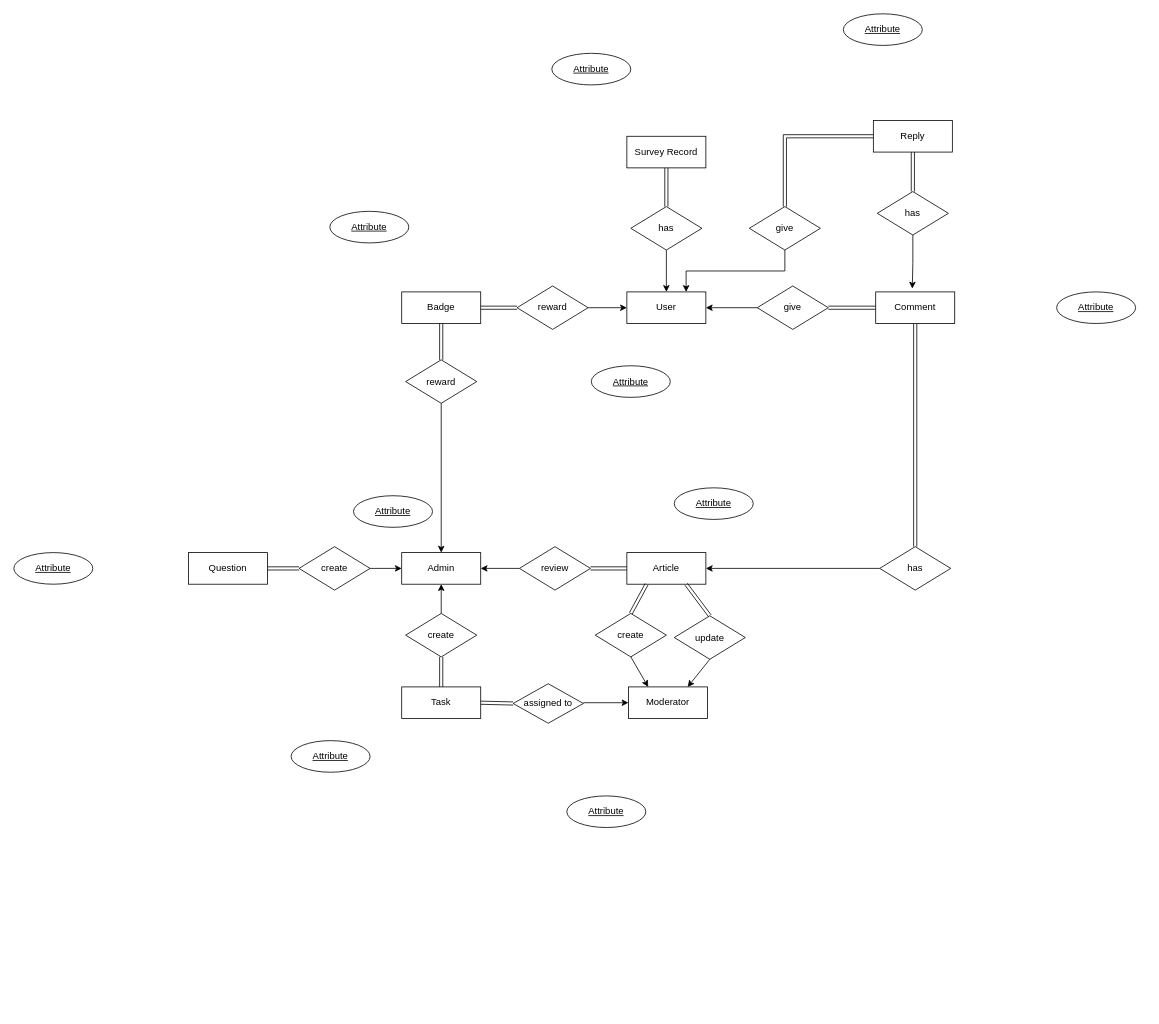
This is carbonTracker.drawio from NoelPOS/carbon-tracker, a draw.io file, before an edit. Source tidied: cells renumbered, new cells numbered last; positions are measured from the earlier drawing's top-left corner, leaving out a move shared by most shapes. Both pictures are drawn from the tidied source at 79%, with x=0, y=0 at pixel (13, 13).
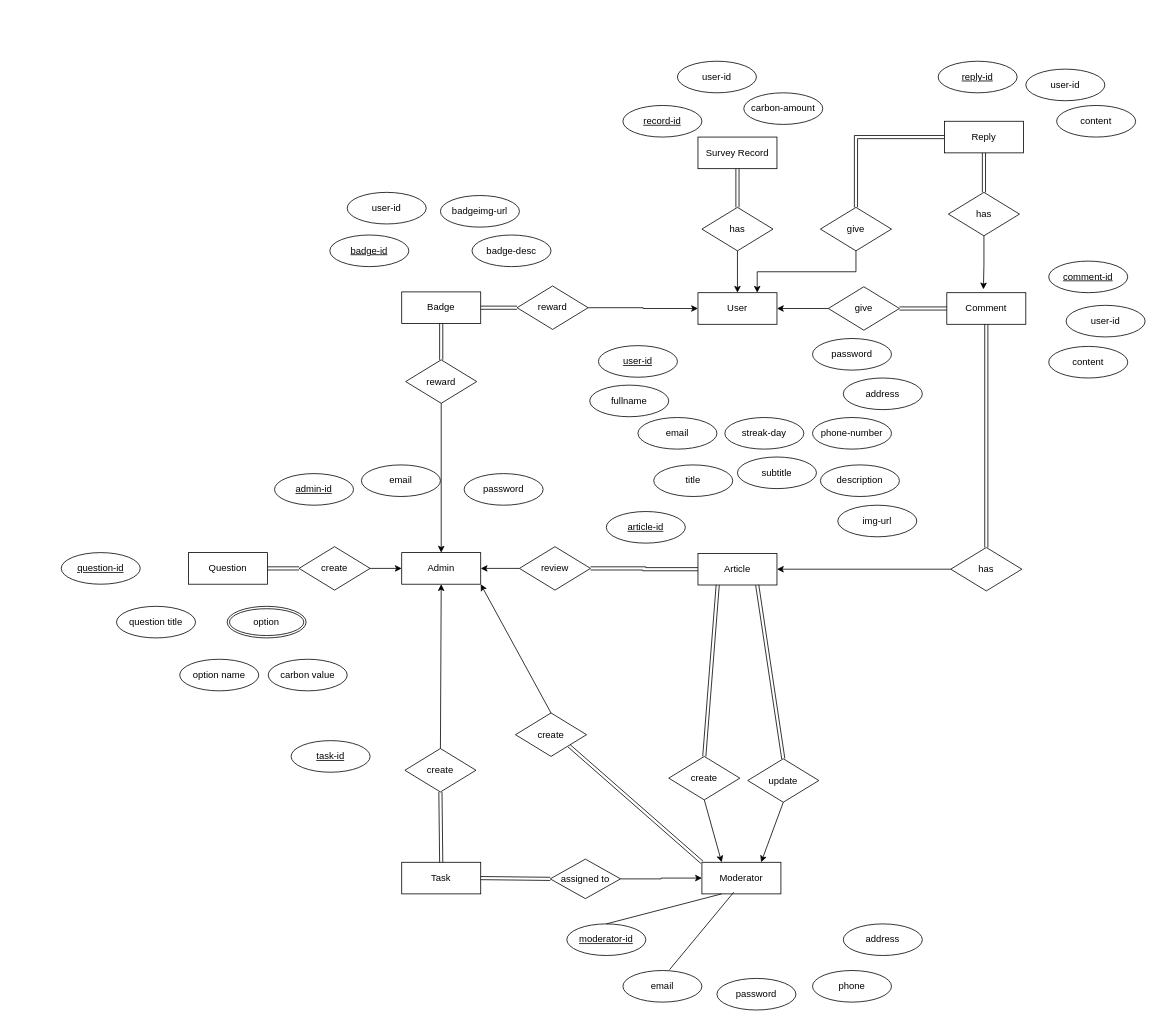
After the change.

The change refers to these unchanged cells:
```xml
<mxCell id="2" value="Admin" style="whiteSpace=wrap;html=1;align=center;" parent="1" vertex="1">
  <mxGeometry x="491" y="682" width="100" height="40" as="geometry" />
</mxCell>
<mxCell id="11" value="review" style="shape=rhombus;perimeter=rhombusPerimeter;whiteSpace=wrap;html=1;align=center;" parent="1" vertex="1">
  <mxGeometry x="640" y="674.5" width="90" height="55" as="geometry" />
</mxCell>
<mxCell id="30" value="reward" style="shape=rhombus;perimeter=rhombusPerimeter;whiteSpace=wrap;html=1;align=center;" parent="1" vertex="1">
  <mxGeometry x="637" y="344.5" width="90" height="55" as="geometry" />
</mxCell>
```

The edit, as a diff of the source:
```diff
@@
     <mxCell id="7" value="create" style="shape=rhombus;perimeter=rhombusPerimeter;whiteSpace=wrap;html=1;align=center;" parent="1" vertex="1">
-      <mxGeometry x="496" y="759" width="90" height="55" as="geometry" />
+      <mxGeometry x="495" y="930" width="90" height="55" as="geometry" />
     </mxCell>
     <mxCell id="8" value="Task" style="whiteSpace=wrap;html=1;align=center;" parent="1" vertex="1">
-      <mxGeometry x="491" y="852" width="100" height="40" as="geometry" />
+      <mxGeometry x="491" y="1074" width="100" height="40" as="geometry" />
     </mxCell>
@@
+    <mxCell id="61" style="edgeStyle=orthogonalEdgeStyle;rounded=0;jettySize=auto;html=1;exitX=1;exitY=0.5;exitDx=0;exitDy=0;entryX=0;entryY=0.5;entryDx=0;entryDy=0;shape=link;" parent="1" edge="1" source="11" target="12">
+      <mxGeometry relative="1" as="geometry" />
+    </mxCell>
@@
     <mxCell id="12" value="Article" style="whiteSpace=wrap;html=1;align=center;" parent="1" vertex="1">
-      <mxGeometry x="776" y="682" width="100" height="40" as="geometry" />
+      <mxGeometry x="866" y="683" width="100" height="40" as="geometry" />
     </mxCell>
-    <mxCell id="13" style="endArrow=none;html=1;rounded=0;shape=link;exitX=0;exitY=0.5;exitDx=0;exitDy=0;entryX=1;entryY=0.5;entryDx=0;entryDy=0;" parent="1" edge="1" source="12" target="11">
-      <mxGeometry relative="1" as="geometry" />
-    </mxCell>
@@
+    <mxCell id="62" style="edgeStyle=orthogonalEdgeStyle;rounded=0;jettySize=auto;html=1;exitX=0.25;exitY=1;exitDx=0;exitDy=0;strokeColor=none;" parent="1" edge="1" source="15" target="51">
+      <mxGeometry relative="1" as="geometry" />
+    </mxCell>
     <mxCell id="15" value="Moderator" style="whiteSpace=wrap;html=1;align=center;" parent="1" vertex="1">
-      <mxGeometry x="778" y="852" width="100" height="40" as="geometry" />
+      <mxGeometry x="871" y="1074" width="100" height="40" as="geometry" />
     </mxCell>
+    <mxCell id="63" style="edgeStyle=orthogonalEdgeStyle;rounded=0;jettySize=auto;html=1;" parent="1" edge="1" source="16" target="15">
+      <mxGeometry relative="1" as="geometry" />
+    </mxCell>
     <mxCell id="16" value="assigned to" style="shape=rhombus;perimeter=rhombusPerimeter;whiteSpace=wrap;html=1;align=center;" parent="1" vertex="1">
-      <mxGeometry x="632" y="848" width="89" height="50" as="geometry" />
+      <mxGeometry x="679" y="1070" width="89" height="50" as="geometry" />
     </mxCell>
@@
-    <mxCell id="18" style="endArrow=classic;html=1;rounded=0;entryX=0;entryY=0.5;entryDx=0;entryDy=0;" parent="1" edge="1" target="15">
-      <mxGeometry relative="1" as="geometry">
-        <mxPoint x="721" y="872" as="sourcePoint" />
-      </mxGeometry>
-    </mxCell>
     <mxCell id="19" value="create" style="shape=rhombus;perimeter=rhombusPerimeter;whiteSpace=wrap;html=1;align=center;" parent="1" vertex="1">
-      <mxGeometry x="736" y="759" width="90" height="55" as="geometry" />
+      <mxGeometry x="829" y="940" width="90" height="55" as="geometry" />
     </mxCell>
     <mxCell id="20" value="update" style="shape=rhombus;perimeter=rhombusPerimeter;whiteSpace=wrap;html=1;align=center;" parent="1" vertex="1">
-      <mxGeometry x="836" y="762" width="90" height="55" as="geometry" />
+      <mxGeometry x="929" y="943" width="90" height="55" as="geometry" />
     </mxCell>
@@
     <mxCell id="29" value="User" style="whiteSpace=wrap;html=1;align=center;" parent="1" vertex="1">
-      <mxGeometry x="776" y="352" width="100" height="40" as="geometry" />
+      <mxGeometry x="866" y="353" width="100" height="40" as="geometry" />
     </mxCell>
+    <mxCell id="32" style="edgeStyle=orthogonalEdgeStyle;rounded=0;jettySize=auto;html=1;exitX=1;exitY=0.5;exitDx=0;exitDy=0;entryX=0;entryY=0.5;entryDx=0;entryDy=0;" parent="1" edge="1" source="30" target="29">
+      <mxGeometry relative="1" as="geometry" />
+    </mxCell>
@@
-    <mxCell id="32" style="endArrow=classic;html=1;rounded=0;entryX=0;entryY=0.5;entryDx=0;entryDy=0;exitX=1;exitY=0.5;exitDx=0;exitDy=0;" parent="1" edge="1" source="30" target="29">
-      <mxGeometry relative="1" as="geometry" />
-    </mxCell>
     <mxCell id="33" value="Survey Record" style="whiteSpace=wrap;html=1;align=center;" parent="1" vertex="1">
-      <mxGeometry x="776" y="155" width="100" height="40" as="geometry" />
+      <mxGeometry x="866" y="156" width="100" height="40" as="geometry" />
     </mxCell>
     <mxCell id="34" value="has" style="shape=rhombus;perimeter=rhombusPerimeter;whiteSpace=wrap;html=1;align=center;" parent="1" vertex="1">
-      <mxGeometry x="781" y="244" width="90" height="55" as="geometry" />
+      <mxGeometry x="871" y="245" width="90" height="55" as="geometry" />
     </mxCell>
@@
     <mxCell id="37" value="Comment" style="whiteSpace=wrap;html=1;align=center;" parent="1" vertex="1">
-      <mxGeometry x="1091" y="352" width="100" height="40" as="geometry" />
+      <mxGeometry x="1181" y="353" width="100" height="40" as="geometry" />
     </mxCell>
@@
     <mxCell id="40" value="has" style="shape=rhombus;perimeter=rhombusPerimeter;whiteSpace=wrap;html=1;align=center;" parent="1" vertex="1">
-      <mxGeometry x="1096" y="674.5" width="90" height="55" as="geometry" />
+      <mxGeometry x="1186" y="675.5" width="90" height="55" as="geometry" />
     </mxCell>
@@
     <mxCell id="43" value="give" style="shape=rhombus;perimeter=rhombusPerimeter;whiteSpace=wrap;html=1;align=center;" parent="1" vertex="1">
-      <mxGeometry x="941" y="344.5" width="90" height="55" as="geometry" />
+      <mxGeometry x="1031" y="345.5" width="90" height="55" as="geometry" />
     </mxCell>
     <mxCell id="44" value="Reply" style="whiteSpace=wrap;html=1;align=center;" parent="1" vertex="1">
-      <mxGeometry x="1088" y="135" width="100" height="40" as="geometry" />
+      <mxGeometry x="1178" y="136" width="100" height="40" as="geometry" />
     </mxCell>
@@
     <mxCell id="46" value="has" style="shape=rhombus;perimeter=rhombusPerimeter;whiteSpace=wrap;html=1;align=center;" parent="1" vertex="1">
-      <mxGeometry x="1093" y="225" width="90" height="55" as="geometry" />
+      <mxGeometry x="1183" y="226" width="90" height="55" as="geometry" />
     </mxCell>
@@
     <mxCell id="50" value="give" style="shape=rhombus;perimeter=rhombusPerimeter;whiteSpace=wrap;html=1;align=center;" parent="1" vertex="1">
-      <mxGeometry x="931" y="244" width="90" height="55" as="geometry" />
+      <mxGeometry x="1021" y="245" width="90" height="55" as="geometry" />
     </mxCell>
-    <mxCell id="51" value="Attribute" style="ellipse;whiteSpace=wrap;html=1;align=center;fontStyle=4;" parent="1" vertex="1">
-      <mxGeometry x="700" y="990" width="100" height="40" as="geometry" />
+    <mxCell id="51" value="moderator-id" style="ellipse;whiteSpace=wrap;html=1;align=center;fontStyle=4;" parent="1" vertex="1">
+      <mxGeometry x="700" y="1152" width="100" height="40" as="geometry" />
     </mxCell>
-    <mxCell id="52" value="Attribute" style="ellipse;whiteSpace=wrap;html=1;align=center;fontStyle=4;" parent="1" vertex="1">
+    <mxCell id="52" value="task-id" style="ellipse;whiteSpace=wrap;html=1;align=center;fontStyle=4;" parent="1" vertex="1">
       <mxGeometry x="351" y="920" width="100" height="40" as="geometry" />
     </mxCell>
-    <mxCell id="53" value="Attribute" style="ellipse;whiteSpace=wrap;html=1;align=center;fontStyle=4;" parent="1" vertex="1">
-      <mxGeometry y="682" width="100" height="40" as="geometry" />
+    <mxCell id="53" value="question-id" style="ellipse;whiteSpace=wrap;html=1;align=center;fontStyle=4;" parent="1" vertex="1">
+      <mxGeometry x="60" y="682" width="100" height="40" as="geometry" />
     </mxCell>
-    <mxCell id="54" value="Attribute" style="ellipse;whiteSpace=wrap;html=1;align=center;fontStyle=4;" parent="1" vertex="1">
-      <mxGeometry x="836" y="600" width="100" height="40" as="geometry" />
+    <mxCell id="54" value="article-id" style="ellipse;whiteSpace=wrap;html=1;align=center;fontStyle=4;" parent="1" vertex="1">
+      <mxGeometry x="750" y="630" width="100" height="40" as="geometry" />
     </mxCell>
-    <mxCell id="55" value="Attribute" style="ellipse;whiteSpace=wrap;html=1;align=center;fontStyle=4;" parent="1" vertex="1">
-      <mxGeometry x="1320" y="352" width="100" height="40" as="geometry" />
+    <mxCell id="55" value="comment-id" style="ellipse;whiteSpace=wrap;html=1;align=center;fontStyle=4;" parent="1" vertex="1">
+      <mxGeometry x="1310" y="313" width="100" height="40" as="geometry" />
     </mxCell>
-    <mxCell id="56" value="Attribute" style="ellipse;whiteSpace=wrap;html=1;align=center;fontStyle=4;" parent="1" vertex="1">
-      <mxGeometry x="1050" width="100" height="40" as="geometry" />
+    <mxCell id="56" value="reply-id" style="ellipse;whiteSpace=wrap;html=1;align=center;fontStyle=4;" parent="1" vertex="1">
+      <mxGeometry x="1170" y="60" width="100" height="40" as="geometry" />
     </mxCell>
-    <mxCell id="57" value="Attribute" style="ellipse;whiteSpace=wrap;html=1;align=center;fontStyle=4;" parent="1" vertex="1">
-      <mxGeometry x="681" y="50" width="100" height="40" as="geometry" />
+    <mxCell id="57" value="record-id" style="ellipse;whiteSpace=wrap;html=1;align=center;fontStyle=4;" parent="1" vertex="1">
+      <mxGeometry x="771" y="116" width="100" height="40" as="geometry" />
     </mxCell>
-    <mxCell id="58" value="Attribute" style="ellipse;whiteSpace=wrap;html=1;align=center;fontStyle=4;" parent="1" vertex="1">
-      <mxGeometry x="731" y="445.5" width="100" height="40" as="geometry" />
+    <mxCell id="58" value="user-id" style="ellipse;whiteSpace=wrap;html=1;align=center;fontStyle=4;" parent="1" vertex="1">
+      <mxGeometry x="740" y="420" width="100" height="40" as="geometry" />
     </mxCell>
-    <mxCell id="59" value="Attribute" style="ellipse;whiteSpace=wrap;html=1;align=center;fontStyle=4;" parent="1" vertex="1">
-      <mxGeometry x="400" y="250" width="100" height="40" as="geometry" />
+    <mxCell id="59" value="badge-id" style="ellipse;whiteSpace=wrap;html=1;align=center;fontStyle=4;" parent="1" vertex="1">
+      <mxGeometry x="400" y="280" width="100" height="40" as="geometry" />
     </mxCell>
-    <mxCell id="60" value="Attribute" style="ellipse;whiteSpace=wrap;html=1;align=center;fontStyle=4;" parent="1" vertex="1">
-      <mxGeometry x="430" y="610" width="100" height="40" as="geometry" />
+    <mxCell id="60" value="admin-id" style="ellipse;whiteSpace=wrap;html=1;align=center;fontStyle=4;" parent="1" vertex="1">
+      <mxGeometry x="330" y="582" width="100" height="40" as="geometry" />
     </mxCell>
+    <mxCell id="64" value="email" style="ellipse;whiteSpace=wrap;html=1;align=center;" parent="1" vertex="1">
+      <mxGeometry x="771" y="1211" width="100" height="40" as="geometry" />
+    </mxCell>
+    <mxCell id="65" value="address" style="ellipse;whiteSpace=wrap;html=1;align=center;" parent="1" vertex="1">
+      <mxGeometry x="1050" y="1152" width="100" height="40" as="geometry" />
+    </mxCell>
+    <mxCell id="66" style="endArrow=none;html=1;rounded=0;entryX=0.25;entryY=1;entryDx=0;entryDy=0;exitX=0.5;exitY=0;exitDx=0;exitDy=0;" parent="1" edge="1" source="51" target="15">
+      <mxGeometry relative="1" as="geometry" />
+    </mxCell>
+    <mxCell id="67" value="fullname" style="ellipse;whiteSpace=wrap;html=1;align=center;" parent="1" vertex="1">
+      <mxGeometry x="729" y="470" width="100" height="40" as="geometry" />
+    </mxCell>
+    <mxCell id="68" value="email" style="ellipse;whiteSpace=wrap;html=1;align=center;" parent="1" vertex="1">
+      <mxGeometry x="790" y="511" width="100" height="40" as="geometry" />
+    </mxCell>
+    <mxCell id="69" value="password" style="ellipse;whiteSpace=wrap;html=1;align=center;" parent="1" vertex="1">
+      <mxGeometry x="1011" y="411" width="100" height="40" as="geometry" />
+    </mxCell>
+    <mxCell id="70" value="title" style="ellipse;whiteSpace=wrap;html=1;align=center;" parent="1" vertex="1">
+      <mxGeometry x="810" y="571" width="100" height="40" as="geometry" />
+    </mxCell>
+    <mxCell id="71" value="subtitle" style="ellipse;whiteSpace=wrap;html=1;align=center;" parent="1" vertex="1">
+      <mxGeometry x="916" y="561" width="100" height="40" as="geometry" />
+    </mxCell>
+    <mxCell id="72" value="description" style="ellipse;whiteSpace=wrap;html=1;align=center;" parent="1" vertex="1">
+      <mxGeometry x="1021" y="571" width="100" height="40" as="geometry" />
+    </mxCell>
+    <mxCell id="73" value="img-url" style="ellipse;whiteSpace=wrap;html=1;align=center;" parent="1" vertex="1">
+      <mxGeometry x="1043" y="622" width="100" height="40" as="geometry" />
+    </mxCell>
+    <mxCell id="74" value="address" style="ellipse;whiteSpace=wrap;html=1;align=center;" parent="1" vertex="1">
+      <mxGeometry x="1050" y="461" width="100" height="40" as="geometry" />
+    </mxCell>
+    <mxCell id="75" value="question title" style="ellipse;whiteSpace=wrap;html=1;align=center;" parent="1" vertex="1">
+      <mxGeometry x="130" y="750" width="100" height="40" as="geometry" />
+    </mxCell>
+    <mxCell id="76" value="option" style="ellipse;shape=doubleEllipse;margin=3;whiteSpace=wrap;html=1;align=center;" parent="1" vertex="1">
+      <mxGeometry x="270" y="750" width="100" height="40" as="geometry" />
+    </mxCell>
+    <mxCell id="77" value="option name" style="ellipse;whiteSpace=wrap;html=1;align=center;" parent="1" vertex="1">
+      <mxGeometry x="210" y="817" width="100" height="40" as="geometry" />
+    </mxCell>
+    <mxCell id="78" value="carbon value" style="ellipse;whiteSpace=wrap;html=1;align=center;" parent="1" vertex="1">
+      <mxGeometry x="322" y="817" width="100" height="40" as="geometry" />
+    </mxCell>
+    <mxCell id="79" value="phone-number" style="ellipse;whiteSpace=wrap;html=1;align=center;" parent="1" vertex="1">
+      <mxGeometry x="1011" y="511" width="100" height="40" as="geometry" />
+    </mxCell>
+    <mxCell id="80" value="streak-day" style="ellipse;whiteSpace=wrap;html=1;align=center;" parent="1" vertex="1">
+      <mxGeometry x="900" y="511" width="100" height="40" as="geometry" />
+    </mxCell>
+    <mxCell id="81" value="password" style="ellipse;whiteSpace=wrap;html=1;align=center;" parent="1" vertex="1">
+      <mxGeometry x="890" y="1221" width="100" height="40" as="geometry" />
+    </mxCell>
+    <mxCell id="82" value="phone" style="ellipse;whiteSpace=wrap;html=1;align=center;" parent="1" vertex="1">
+      <mxGeometry x="1011" y="1211" width="100" height="40" as="geometry" />
+    </mxCell>
+    <mxCell id="83" style="rounded=0;jettySize=auto;html=1;exitX=1;exitY=1;exitDx=0;exitDy=0;entryX=0;entryY=0;entryDx=0;entryDy=0;shape=link;" parent="1" edge="1" source="85" target="15">
+      <mxGeometry relative="1" as="geometry" />
+    </mxCell>
+    <mxCell id="84" style="rounded=0;jettySize=auto;html=1;exitX=0.5;exitY=0;exitDx=0;exitDy=0;entryX=1;entryY=1;entryDx=0;entryDy=0;" parent="1" edge="1" source="85" target="2">
+      <mxGeometry relative="1" as="geometry" />
+    </mxCell>
+    <mxCell id="85" value="create" style="shape=rhombus;perimeter=rhombusPerimeter;whiteSpace=wrap;html=1;align=center;" parent="1" vertex="1">
+      <mxGeometry x="635" y="885" width="90" height="55" as="geometry" />
+    </mxCell>
+    <mxCell id="86" value="email" style="ellipse;whiteSpace=wrap;html=1;align=center;" parent="1" vertex="1">
+      <mxGeometry x="440" y="571" width="100" height="40" as="geometry" />
+    </mxCell>
+    <mxCell id="87" value="password" style="ellipse;whiteSpace=wrap;html=1;align=center;" parent="1" vertex="1">
+      <mxGeometry x="570" y="582" width="100" height="40" as="geometry" />
+    </mxCell>
+    <mxCell id="88" style="endArrow=none;html=1;rounded=0;entryX=0.402;entryY=0.95;entryDx=0;entryDy=0;entryPerimeter=0;" parent="1" edge="1" target="15">
+      <mxGeometry relative="1" as="geometry">
+        <mxPoint x="830" y="1210" as="sourcePoint" />
+      </mxGeometry>
+    </mxCell>
+    <mxCell id="89" value="user-id" style="ellipse;whiteSpace=wrap;html=1;align=center;" parent="1" vertex="1">
+      <mxGeometry x="1332" y="369" width="100" height="40" as="geometry" />
+    </mxCell>
+    <mxCell id="90" value="content" style="ellipse;whiteSpace=wrap;html=1;align=center;" parent="1" vertex="1">
+      <mxGeometry x="1310" y="421" width="100" height="40" as="geometry" />
+    </mxCell>
+    <mxCell id="91" value="user-id" style="ellipse;whiteSpace=wrap;html=1;align=center;" parent="1" vertex="1">
+      <mxGeometry x="1281" y="70" width="100" height="40" as="geometry" />
+    </mxCell>
+    <mxCell id="92" value="content" style="ellipse;whiteSpace=wrap;html=1;align=center;" parent="1" vertex="1">
+      <mxGeometry x="1320" y="116" width="100" height="40" as="geometry" />
+    </mxCell>
+    <mxCell id="93" value="user-id" style="ellipse;whiteSpace=wrap;html=1;align=center;" parent="1" vertex="1">
+      <mxGeometry x="840" y="60" width="100" height="40" as="geometry" />
+    </mxCell>
+    <mxCell id="94" value="carbon-amount" style="ellipse;whiteSpace=wrap;html=1;align=center;" parent="1" vertex="1">
+      <mxGeometry x="924" y="100" width="100" height="40" as="geometry" />
+    </mxCell>
+    <mxCell id="95" value="badge-desc" style="ellipse;whiteSpace=wrap;html=1;align=center;" parent="1" vertex="1">
+      <mxGeometry x="580" y="280" width="100" height="40" as="geometry" />
+    </mxCell>
+    <mxCell id="96" value="badgeimg-url" style="ellipse;whiteSpace=wrap;html=1;align=center;" parent="1" vertex="1">
+      <mxGeometry x="540" y="230" width="100" height="40" as="geometry" />
+    </mxCell>
+    <mxCell id="97" value="user-id" style="ellipse;whiteSpace=wrap;html=1;align=center;" parent="1" vertex="1">
+      <mxGeometry x="422" y="226" width="100" height="40" as="geometry" />
+    </mxCell>
```
